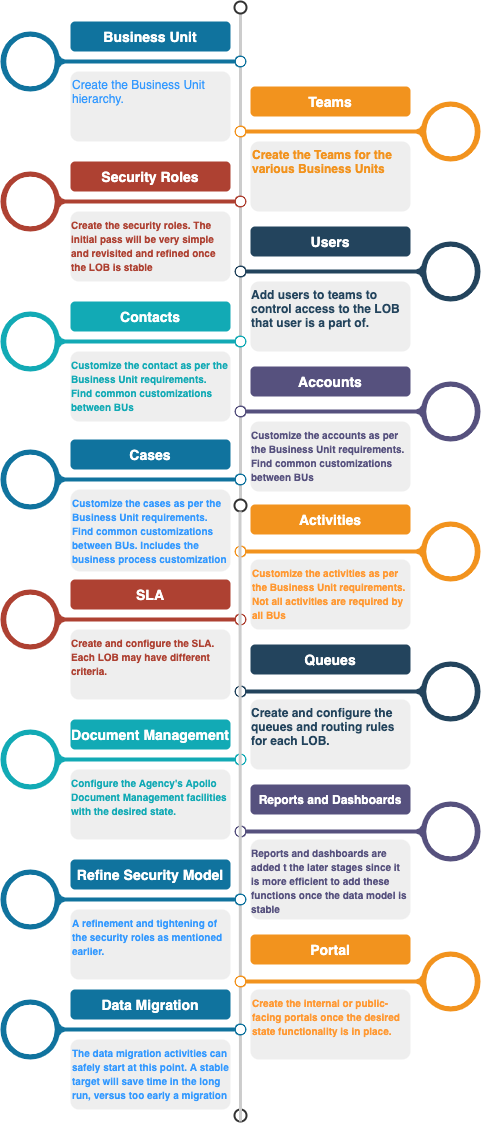
The draw.io diagram resources/images/sequence.png in hanyg/gitdemo, before a commit. Source tidied: cells renumbered, new cells last; positions are measured from the earlier drawing's top-left corner, leaving out a move shared by most shapes.
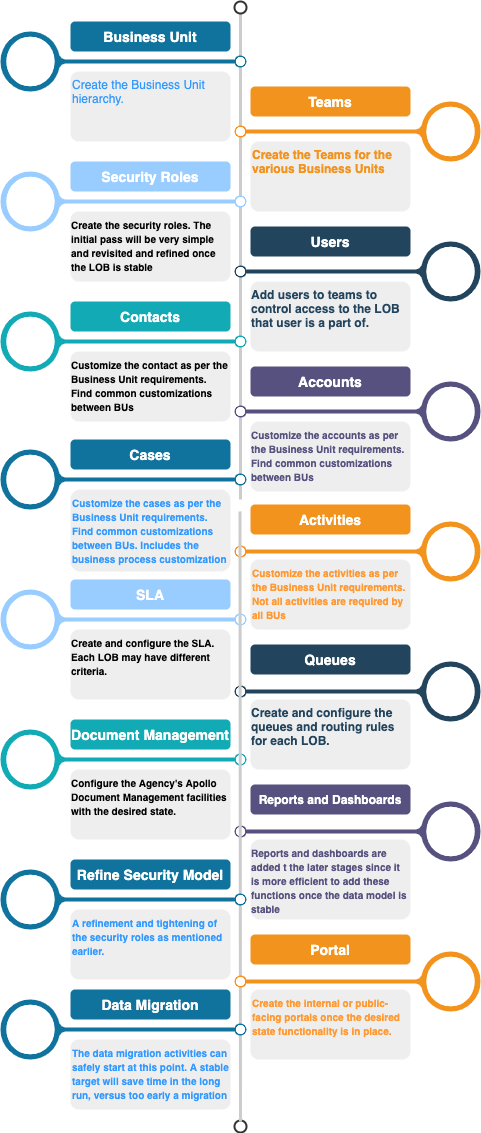
After the change.

Change to the diagram source:
```diff
@@ -2,22 +2,21 @@
   <root>
     <mxCell id="0" />
     <mxCell id="1" parent="0" />
-    <mxCell id="2" style="endArrow=none;html=1;strokeWidth=3;strokeColor=#CCCCCC;labelBackgroundColor=none;fontSize=16;" parent="1" edge="1" source="3" target="4">
-      <mxGeometry relative="1" as="geometry" />
+    <mxCell id="2" style="endArrow=none;html=1;strokeWidth=3;strokeColor=#CCCCCC;labelBackgroundColor=none;fontSize=16;" parent="1" edge="1" source="3">
+      <mxGeometry relative="1" as="geometry">
+        <mxPoint x="240" y="498" as="targetPoint" />
+      </mxGeometry>
     </mxCell>
     <mxCell id="3" style="ellipse;whiteSpace=wrap;html=1;shadow=0;fillColor=none;strokeColor=#333333;fontSize=16;align=center;strokeWidth=2;" parent="1" vertex="1">
       <mxGeometry x="234" width="12" height="12" as="geometry" />
     </mxCell>
-    <mxCell id="4" style="ellipse;whiteSpace=wrap;html=1;shadow=0;fillColor=none;strokeColor=#333333;fontSize=16;align=center;strokeWidth=2;" parent="1" vertex="1">
-      <mxGeometry x="234" y="498" width="12" height="12" as="geometry" />
-    </mxCell>
     <mxCell id="5" style="verticalLabelPosition=middle;verticalAlign=middle;html=1;shape=mxgraph.infographic.circularCallout2;dy=15;strokeColor=#10739E;labelPosition=center;align=center;fontColor=#10739E;fontStyle=1;fontSize=24;shadow=0;direction=north;" parent="1" vertex="1">
       <mxGeometry y="30" width="246" height="60" as="geometry" />
     </mxCell>
     <mxCell id="6" style="verticalLabelPosition=middle;verticalAlign=middle;html=1;shape=mxgraph.infographic.circularCallout2;dy=15;strokeColor=#F2931E;labelPosition=center;align=center;fontColor=#F2931E;fontStyle=1;fontSize=24;shadow=0;direction=north;flipH=1;" parent="1" vertex="1">
       <mxGeometry x="234" y="100" width="246" height="60" as="geometry" />
     </mxCell>
-    <mxCell id="7" style="verticalLabelPosition=middle;verticalAlign=middle;html=1;shape=mxgraph.infographic.circularCallout2;dy=15;strokeColor=#AE4132;labelPosition=center;align=center;fontColor=#10739E;fontStyle=1;fontSize=24;shadow=0;direction=north;" parent="1" vertex="1">
+    <mxCell id="7" style="verticalLabelPosition=middle;verticalAlign=middle;html=1;shape=mxgraph.infographic.circularCallout2;dy=15;labelPosition=center;align=center;fontColor=#10739E;fontStyle=1;fontSize=24;shadow=0;direction=north;strokeColor=#99CCFF;" parent="1" vertex="1">
       <mxGeometry y="170" width="246" height="60" as="geometry" />
     </mxCell>
     <mxCell id="8" style="verticalLabelPosition=middle;verticalAlign=middle;html=1;shape=mxgraph.infographic.circularCallout2;dy=15;strokeColor=#23445D;labelPosition=center;align=center;fontColor=#10739E;fontStyle=1;fontSize=24;shadow=0;direction=north;flipH=1;" parent="1" vertex="1">
@@ -35,7 +34,7 @@
     <mxCell id="12" value="Teams" style="fillColor=#F2931E;strokecolor=none;rounded=1;fontColor=#FFFFFF;strokeColor=none;fontStyle=1;fontSize=14;" parent="1" vertex="1">
       <mxGeometry x="250" y="85" width="160" height="30" as="geometry" />
     </mxCell>
-    <mxCell id="13" value="Security Roles" style="fillColor=#AE4132;strokecolor=none;rounded=1;fontColor=#FFFFFF;strokeColor=none;fontStyle=1;fontSize=14;" parent="1" vertex="1">
+    <mxCell id="13" value="Security Roles" style="strokecolor=none;rounded=1;fontColor=#FFFFFF;strokeColor=none;fontStyle=1;fontSize=14;fillColor=#99CCFF;" parent="1" vertex="1">
       <mxGeometry x="70" y="160" width="160" height="30" as="geometry" />
     </mxCell>
     <mxCell id="14" value="Users" style="fillColor=#23445D;strokecolor=none;rounded=1;fontColor=#FFFFFF;strokeColor=none;fontStyle=1;fontSize=14;" parent="1" vertex="1">
@@ -53,20 +52,20 @@
     <mxCell id="18" value="&lt;font color=&quot;#f2931e&quot;&gt;&lt;b&gt;Create the Teams for the various Business Units&lt;/b&gt;&lt;/font&gt;" style="rounded=1;strokeColor=none;fillColor=#EEEEEE;align=left;arcSize=12;verticalAlign=top;whiteSpace=wrap;html=1;fontSize=12;" parent="1" vertex="1">
       <mxGeometry x="250" y="140" width="160" height="70" as="geometry" />
     </mxCell>
-    <mxCell id="19" value="&lt;div style=&quot;text-align: left&quot;&gt;&lt;b style=&quot;color: rgb(174 , 65 , 50)&quot;&gt;&lt;font style=&quot;font-size: 10px&quot;&gt;Create the security roles. The initial pass will be very simple and revisited and refined once the LOB is stable&lt;/font&gt;&lt;/b&gt;&lt;/div&gt;" style="rounded=1;strokeColor=none;fillColor=#EEEEEE;align=center;arcSize=12;verticalAlign=top;whiteSpace=wrap;html=1;fontSize=12;" parent="1" vertex="1">
+    <mxCell id="19" value="&lt;div style=&quot;text-align: left&quot;&gt;&lt;b&gt;&lt;font style=&quot;font-size: 10px&quot;&gt;Create the security roles. The initial pass will be very simple and revisited and refined once the LOB is stable&lt;/font&gt;&lt;/b&gt;&lt;/div&gt;" style="rounded=1;strokeColor=none;fillColor=#EEEEEE;align=center;arcSize=12;verticalAlign=top;whiteSpace=wrap;html=1;fontSize=12;" parent="1" vertex="1">
       <mxGeometry x="70" y="210" width="160" height="70" as="geometry" />
     </mxCell>
     <mxCell id="20" value="&lt;div style=&quot;text-align: left&quot;&gt;&lt;b style=&quot;color: rgb(35 , 68 , 93)&quot;&gt;Add users to teams to control access to the LOB that user is a part of.&lt;/b&gt;&lt;/div&gt;" style="rounded=1;strokeColor=none;fillColor=#EEEEEE;align=center;arcSize=12;verticalAlign=top;whiteSpace=wrap;html=1;fontSize=12;" parent="1" vertex="1">
       <mxGeometry x="250" y="280" width="160" height="70" as="geometry" />
     </mxCell>
-    <mxCell id="21" value="&lt;div style=&quot;text-align: left&quot;&gt;&lt;b style=&quot;color: rgb(18 , 170 , 181)&quot;&gt;&lt;font style=&quot;font-size: 10px&quot;&gt;Customize the contact as per the Business Unit requirements. Find common customizations between BUs&lt;/font&gt;&lt;/b&gt;&lt;/div&gt;" style="rounded=1;strokeColor=none;fillColor=#EEEEEE;align=center;arcSize=12;verticalAlign=top;whiteSpace=wrap;html=1;fontSize=12;" parent="1" vertex="1">
+    <mxCell id="21" value="&lt;div style=&quot;text-align: left&quot;&gt;&lt;b&gt;&lt;font style=&quot;font-size: 10px&quot;&gt;Customize the contact as per the Business Unit requirements. Find common customizations between BUs&lt;/font&gt;&lt;/b&gt;&lt;/div&gt;" style="rounded=1;strokeColor=none;fillColor=#EEEEEE;align=center;arcSize=12;verticalAlign=top;whiteSpace=wrap;html=1;fontSize=12;" parent="1" vertex="1">
       <mxGeometry x="70" y="350" width="160" height="70" as="geometry" />
     </mxCell>
     <mxCell id="22" value="&lt;div style=&quot;text-align: left&quot;&gt;&lt;b style=&quot;color: rgb(86 , 81 , 126) ; font-size: x-small&quot;&gt;Customize the accounts as per the Business Unit requirements. Find common customizations between BUs&lt;/b&gt;&lt;/div&gt;" style="rounded=1;strokeColor=none;fillColor=#EEEEEE;align=center;arcSize=12;verticalAlign=top;whiteSpace=wrap;html=1;fontSize=12;" parent="1" vertex="1">
       <mxGeometry x="250" y="420" width="160" height="70" as="geometry" />
     </mxCell>
     <mxCell id="23" style="ellipse;whiteSpace=wrap;html=1;shadow=0;fillColor=none;strokeColor=#333333;fontSize=16;align=center;strokeWidth=2;" parent="1" vertex="1">
-      <mxGeometry x="234" y="1108" width="12" height="12" as="geometry" />
+      <mxGeometry x="234" y="1119" width="12" height="12" as="geometry" />
     </mxCell>
     <mxCell id="24" style="verticalLabelPosition=middle;verticalAlign=middle;html=1;shape=mxgraph.infographic.circularCallout2;dy=15;strokeColor=#10739E;labelPosition=center;align=center;fontColor=#10739E;fontStyle=1;fontSize=24;shadow=0;direction=north;" parent="1" vertex="1">
       <mxGeometry y="448" width="246" height="60" as="geometry" />
@@ -74,7 +73,7 @@
     <mxCell id="25" style="verticalLabelPosition=middle;verticalAlign=middle;html=1;shape=mxgraph.infographic.circularCallout2;dy=15;strokeColor=#F2931E;labelPosition=center;align=center;fontColor=#F2931E;fontStyle=1;fontSize=24;shadow=0;direction=north;flipH=1;" parent="1" vertex="1">
       <mxGeometry x="234" y="520" width="246" height="60" as="geometry" />
     </mxCell>
-    <mxCell id="26" style="verticalLabelPosition=middle;verticalAlign=middle;html=1;shape=mxgraph.infographic.circularCallout2;dy=15;strokeColor=#AE4132;labelPosition=center;align=center;fontColor=#10739E;fontStyle=1;fontSize=24;shadow=0;direction=north;" parent="1" vertex="1">
+    <mxCell id="26" style="verticalLabelPosition=middle;verticalAlign=middle;html=1;shape=mxgraph.infographic.circularCallout2;dy=15;labelPosition=center;align=center;fontColor=#10739E;fontStyle=1;fontSize=24;shadow=0;direction=north;strokeColor=#99CCFF;" parent="1" vertex="1">
       <mxGeometry y="588" width="246" height="60" as="geometry" />
     </mxCell>
     <mxCell id="27" style="verticalLabelPosition=middle;verticalAlign=middle;html=1;shape=mxgraph.infographic.circularCallout2;dy=15;strokeColor=#23445D;labelPosition=center;align=center;fontColor=#10739E;fontStyle=1;fontSize=24;shadow=0;direction=north;flipH=1;" parent="1" vertex="1">
@@ -92,7 +91,7 @@
     <mxCell id="31" value="Activities" style="fillColor=#F2931E;strokecolor=none;rounded=1;fontColor=#FFFFFF;strokeColor=none;fontStyle=1;fontSize=14;" parent="1" vertex="1">
       <mxGeometry x="250" y="503" width="160" height="30" as="geometry" />
     </mxCell>
-    <mxCell id="32" value="SLA" style="fillColor=#AE4132;strokecolor=none;rounded=1;fontColor=#FFFFFF;strokeColor=none;fontStyle=1;fontSize=14;" parent="1" vertex="1">
+    <mxCell id="32" value="SLA" style="strokecolor=none;rounded=1;fontColor=#FFFFFF;strokeColor=none;fontStyle=1;fontSize=14;fillColor=#99CCFF;" parent="1" vertex="1">
       <mxGeometry x="70" y="578" width="160" height="30" as="geometry" />
     </mxCell>
     <mxCell id="33" value="Queues" style="fillColor=#23445D;strokecolor=none;rounded=1;fontColor=#FFFFFF;strokeColor=none;fontStyle=1;fontSize=14;" parent="1" vertex="1">
@@ -110,13 +109,13 @@
     <mxCell id="37" value="&lt;b style=&quot;font-size: x-small&quot;&gt;&lt;font color=&quot;#ff9933&quot;&gt;Customize the activities as per the Business Unit requirements. Not all activities are required by all BUs&lt;/font&gt;&lt;/b&gt;" style="rounded=1;strokeColor=none;fillColor=#EEEEEE;align=left;arcSize=12;verticalAlign=top;whiteSpace=wrap;html=1;fontSize=12;" parent="1" vertex="1">
       <mxGeometry x="250" y="558" width="160" height="70" as="geometry" />
     </mxCell>
-    <mxCell id="38" value="&lt;div style=&quot;text-align: left&quot;&gt;&lt;b style=&quot;color: rgb(174 , 65 , 50)&quot;&gt;&lt;font style=&quot;font-size: 10px&quot;&gt;Create and configure the SLA. Each LOB may have different criteria.&lt;/font&gt;&lt;/b&gt;&lt;/div&gt;" style="rounded=1;strokeColor=none;fillColor=#EEEEEE;align=center;arcSize=12;verticalAlign=top;whiteSpace=wrap;html=1;fontSize=12;" parent="1" vertex="1">
+    <mxCell id="38" value="&lt;div style=&quot;text-align: left&quot;&gt;&lt;b&gt;&lt;font style=&quot;font-size: 10px&quot;&gt;Create and configure the SLA. Each LOB may have different criteria.&lt;/font&gt;&lt;/b&gt;&lt;/div&gt;" style="rounded=1;strokeColor=none;fillColor=#EEEEEE;align=center;arcSize=12;verticalAlign=top;whiteSpace=wrap;html=1;fontSize=12;" parent="1" vertex="1">
       <mxGeometry x="70" y="628" width="160" height="70" as="geometry" />
     </mxCell>
     <mxCell id="39" value="&lt;div style=&quot;text-align: left&quot;&gt;&lt;b style=&quot;color: rgb(35 , 68 , 93)&quot;&gt;Create and configure the queues and routing rules for each LOB.&lt;/b&gt;&lt;/div&gt;" style="rounded=1;strokeColor=none;fillColor=#EEEEEE;align=center;arcSize=12;verticalAlign=top;whiteSpace=wrap;html=1;fontSize=12;" parent="1" vertex="1">
       <mxGeometry x="250" y="698" width="160" height="70" as="geometry" />
     </mxCell>
-    <mxCell id="40" value="&lt;div style=&quot;text-align: left&quot;&gt;&lt;b style=&quot;color: rgb(18 , 170 , 181)&quot;&gt;&lt;font style=&quot;font-size: 10px&quot;&gt;Configure the Agency's Apollo Document Management facilities with the desired state.&lt;/font&gt;&lt;/b&gt;&lt;/div&gt;" style="rounded=1;strokeColor=none;fillColor=#EEEEEE;align=center;arcSize=12;verticalAlign=top;whiteSpace=wrap;html=1;fontSize=12;" parent="1" vertex="1">
+    <mxCell id="40" value="&lt;div style=&quot;text-align: left&quot;&gt;&lt;b&gt;&lt;font style=&quot;font-size: 10px&quot;&gt;Configure the Agency's Apollo Document Management facilities with the desired state.&lt;/font&gt;&lt;/b&gt;&lt;/div&gt;" style="rounded=1;strokeColor=none;fillColor=#EEEEEE;align=center;arcSize=12;verticalAlign=top;whiteSpace=wrap;html=1;fontSize=12;" parent="1" vertex="1">
       <mxGeometry x="70" y="768" width="160" height="70" as="geometry" />
     </mxCell>
     <mxCell id="41" value="&lt;div style=&quot;text-align: left&quot;&gt;&lt;b style=&quot;color: rgb(86 , 81 , 126) ; font-size: x-small&quot;&gt;Reports and dashboards are added t the later stages since it is more efficient to add these functions once the data model is stable&lt;/b&gt;&lt;/div&gt;" style="rounded=1;strokeColor=none;fillColor=#EEEEEE;align=center;arcSize=12;verticalAlign=top;whiteSpace=wrap;html=1;fontSize=12;" parent="1" vertex="1">
```
